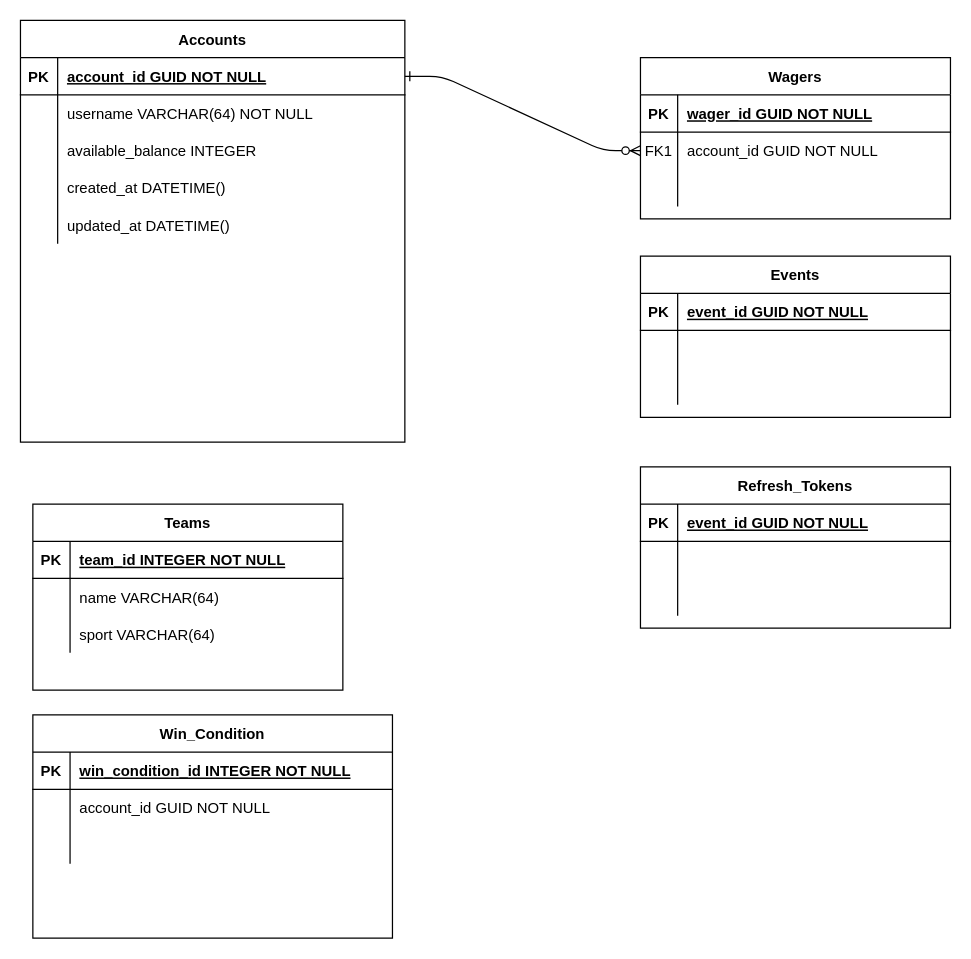
This is SportsBetsUML.drawio from rahrahfez/SportsBetsAPI, a draw.io file, before an edit. Source tidied: cells renumbered, new cells numbered last; positions are measured from the earlier drawing's top-left corner, leaving out a move shared by most shapes. Both pictures are drawn from the tidied source at 124%, with x=0, y=0 at pixel (20, 20).
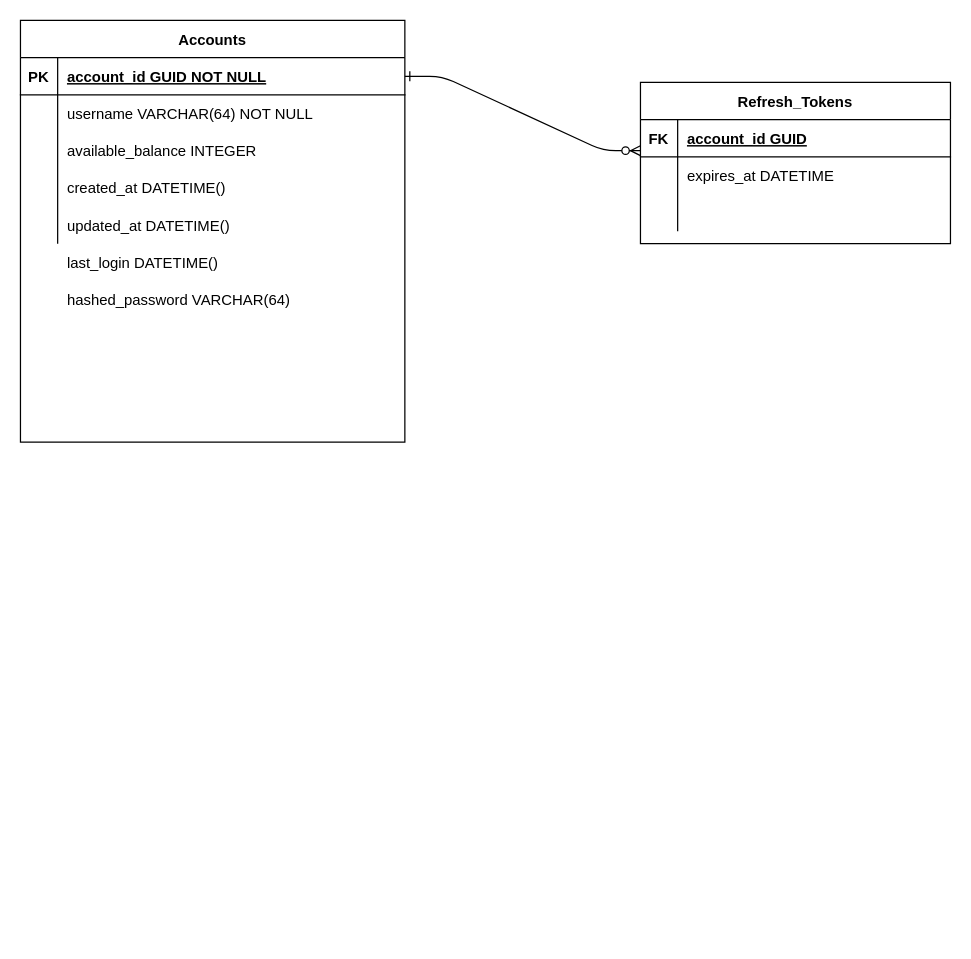
The same page after the edit.

Unchanged cells that the change refers to:
```xml
<mxCell id="24" style="shape=partialRectangle;fillColor=none;points=[[0,0.5],[1,0.5]];portConstraint=eastwest;top=0;left=0;right=0;bottom=1;" parent="23" vertex="1">
  <mxGeometry y="30" width="310" height="30" as="geometry" />
</mxCell>
<mxCell id="61" style="shape=partialRectangle;fillColor=none;top=0;left=0;right=0;bottom=1;" parent="60" vertex="1">
  <mxGeometry y="30" width="250" height="30" as="geometry" />
</mxCell>
<mxCell id="64" style="shape=partialRectangle;fillColor=none;top=0;left=0;right=0;bottom=0;" parent="60" vertex="1">
  <mxGeometry y="60" width="250" height="30" as="geometry" />
</mxCell>
```

The edit, as a diff of the source:
```diff
@@
-    <mxCell id="2" style="edgeStyle=entityRelationEdgeStyle;endArrow=ERzeroToMany;startArrow=ERone;endFill=1;startFill=0;" parent="1" edge="1" source="24" target="7">
-      <mxGeometry relative="1" as="geometry" />
+    <mxCell id="2" style="edgeStyle=entityRelationEdgeStyle;endArrow=ERzeroToMany;startArrow=ERone;endFill=1;startFill=0;" parent="1" edge="1" source="24">
+      <mxGeometry relative="1" as="geometry">
+        <mxPoint x="500" y="105" as="targetPoint" />
+      </mxGeometry>
     </mxCell>
-    <mxCell id="3" value="Wagers" style="shape=table;startSize=30;childLayout=tableLayout;rowLines=0;fontStyle=1;align=center;" parent="1" vertex="1">
-      <mxGeometry x="500" y="30" width="250" height="130" as="geometry" />
-    </mxCell>
-    <mxCell id="4" style="shape=partialRectangle;fillColor=none;top=0;left=0;right=0;bottom=1;" parent="3" vertex="1">
-      <mxGeometry y="30" width="250" height="30" as="geometry" />
-    </mxCell>
-    <mxCell id="5" value="PK" style="shape=partialRectangle;overflow=hidden;fillColor=none;top=0;left=0;bottom=0;right=0;fontStyle=1;" parent="4" vertex="1">
-      <mxGeometry width="30" height="30" as="geometry" />
-    </mxCell>
-    <mxCell id="6" value="wager_id GUID NOT NULL" style="shape=partialRectangle;overflow=hidden;fillColor=none;top=0;left=0;bottom=0;right=0;align=left;spacingLeft=6;fontStyle=5;" parent="4" vertex="1">
-      <mxGeometry x="30" width="220" height="30" as="geometry" />
-    </mxCell>
-    <mxCell id="7" style="shape=partialRectangle;fillColor=none;points=[[0,0.5],[1,0.5]];portConstraint=eastwest;top=0;left=0;right=0;bottom=0;" parent="3" vertex="1">
-      <mxGeometry y="60" width="250" height="30" as="geometry" />
-    </mxCell>
-    <mxCell id="8" value="FK1" style="shape=partialRectangle;overflow=hidden;fillColor=none;top=0;left=0;bottom=0;right=0;" parent="7" vertex="1">
-      <mxGeometry width="30" height="30" as="geometry" />
-    </mxCell>
-    <mxCell id="9" value="account_id GUID NOT NULL" style="shape=partialRectangle;overflow=hidden;fillColor=none;top=0;left=0;bottom=0;right=0;align=left;spacingLeft=6;" parent="7" vertex="1">
-      <mxGeometry x="30" width="220" height="30" as="geometry" />
-    </mxCell>
-    <mxCell id="10" style="shape=partialRectangle;fillColor=none;top=0;left=0;right=0;bottom=0;" parent="3" vertex="1">
-      <mxGeometry y="90" width="250" height="30" as="geometry" />
-    </mxCell>
-    <mxCell id="11" style="shape=partialRectangle;overflow=hidden;fillColor=none;top=0;left=0;bottom=0;right=0;" parent="10" vertex="1">
-      <mxGeometry width="30" height="30" as="geometry" />
-    </mxCell>
-    <mxCell id="12" style="shape=partialRectangle;overflow=hidden;fillColor=none;top=0;left=0;bottom=0;right=0;align=left;spacingLeft=6;" parent="10" vertex="1">
-      <mxGeometry x="30" width="220" height="30" as="geometry" />
-    </mxCell>
-    <mxCell id="13" value="Teams" style="shape=table;startSize=30;childLayout=tableLayout;rowLines=0;fontStyle=1;align=center;" parent="1" vertex="1">
-      <mxGeometry x="10" y="390" width="250" height="150" as="geometry" />
-    </mxCell>
-    <mxCell id="14" style="shape=partialRectangle;fillColor=none;top=0;left=0;right=0;bottom=1;" parent="13" vertex="1">
-      <mxGeometry y="30" width="250" height="30" as="geometry" />
-    </mxCell>
-    <mxCell id="15" value="PK" style="shape=partialRectangle;overflow=hidden;fillColor=none;top=0;left=0;bottom=0;right=0;fontStyle=1;" parent="14" vertex="1">
-      <mxGeometry width="30" height="30" as="geometry" />
-    </mxCell>
-    <mxCell id="16" value="team_id INTEGER NOT NULL" style="shape=partialRectangle;overflow=hidden;fillColor=none;top=0;left=0;bottom=0;right=0;align=left;spacingLeft=6;fontStyle=5;" parent="14" vertex="1">
-      <mxGeometry x="30" width="220" height="30" as="geometry" />
-    </mxCell>
-    <mxCell id="17" style="shape=partialRectangle;fillColor=none;top=0;left=0;right=0;bottom=0;" parent="13" vertex="1">
-      <mxGeometry y="60" width="250" height="30" as="geometry" />
-    </mxCell>
-    <mxCell id="18" style="shape=partialRectangle;overflow=hidden;fillColor=none;top=0;left=0;bottom=0;right=0;" parent="17" vertex="1">
-      <mxGeometry width="30" height="30" as="geometry" />
-    </mxCell>
-    <mxCell id="19" value="name VARCHAR(64)" style="shape=partialRectangle;overflow=hidden;fillColor=none;top=0;left=0;bottom=0;right=0;align=left;spacingLeft=6;" parent="17" vertex="1">
-      <mxGeometry x="30" width="220" height="30" as="geometry" />
-    </mxCell>
-    <mxCell id="20" style="shape=partialRectangle;fillColor=none;top=0;left=0;right=0;bottom=0;" parent="13" vertex="1">
-      <mxGeometry y="90" width="250" height="30" as="geometry" />
-    </mxCell>
-    <mxCell id="21" style="shape=partialRectangle;overflow=hidden;fillColor=none;top=0;left=0;bottom=0;right=0;" parent="20" vertex="1">
-      <mxGeometry width="30" height="30" as="geometry" />
-    </mxCell>
-    <mxCell id="22" value="sport VARCHAR(64)" style="shape=partialRectangle;overflow=hidden;fillColor=none;top=0;left=0;bottom=0;right=0;align=left;spacingLeft=6;" parent="20" vertex="1">
-      <mxGeometry x="30" width="220" height="30" as="geometry" />
-    </mxCell>
@@
-    <mxCell id="40" value="Win_Condition" style="shape=table;startSize=30;childLayout=tableLayout;rowLines=0;fontStyle=1;align=center;" parent="1" vertex="1">
-      <mxGeometry x="10" y="560" width="290" height="180" as="geometry" />
-    </mxCell>
-    <mxCell id="41" style="shape=partialRectangle;fillColor=none;top=0;left=0;right=0;bottom=1;" parent="40" vertex="1">
-      <mxGeometry y="30" width="290" height="30" as="geometry" />
-    </mxCell>
-    <mxCell id="42" value="PK" style="shape=partialRectangle;overflow=hidden;fillColor=none;top=0;left=0;bottom=0;right=0;fontStyle=1;" parent="41" vertex="1">
-      <mxGeometry width="30" height="30" as="geometry" />
-    </mxCell>
-    <mxCell id="43" value="win_condition_id INTEGER NOT NULL" style="shape=partialRectangle;overflow=hidden;fillColor=none;top=0;left=0;bottom=0;right=0;align=left;spacingLeft=6;fontStyle=5;" parent="41" vertex="1">
-      <mxGeometry x="30" width="260" height="30" as="geometry" />
-    </mxCell>
-    <mxCell id="44" style="shape=partialRectangle;fillColor=none;top=0;left=0;right=0;bottom=0;" parent="40" vertex="1">
-      <mxGeometry y="60" width="290" height="30" as="geometry" />
-    </mxCell>
-    <mxCell id="45" style="shape=partialRectangle;overflow=hidden;fillColor=none;top=0;left=0;bottom=0;right=0;" parent="44" vertex="1">
-      <mxGeometry width="30" height="30" as="geometry" />
-    </mxCell>
-    <mxCell id="46" value="account_id GUID NOT NULL" style="shape=partialRectangle;overflow=hidden;fillColor=none;top=0;left=0;bottom=0;right=0;align=left;spacingLeft=6;" parent="44" vertex="1">
-      <mxGeometry x="30" width="260" height="30" as="geometry" />
-    </mxCell>
-    <mxCell id="47" style="shape=partialRectangle;fillColor=none;top=0;left=0;right=0;bottom=0;" parent="40" vertex="1">
-      <mxGeometry y="90" width="290" height="30" as="geometry" />
-    </mxCell>
-    <mxCell id="48" style="shape=partialRectangle;overflow=hidden;fillColor=none;top=0;left=0;bottom=0;right=0;" parent="47" vertex="1">
-      <mxGeometry width="30" height="30" as="geometry" />
-    </mxCell>
-    <mxCell id="49" style="shape=partialRectangle;overflow=hidden;fillColor=none;top=0;left=0;bottom=0;right=0;align=left;spacingLeft=6;" parent="47" vertex="1">
-      <mxGeometry x="30" width="260" height="30" as="geometry" />
-    </mxCell>
-    <mxCell id="50" value="Events" style="shape=table;startSize=30;childLayout=tableLayout;rowLines=0;fontStyle=1;align=center;" parent="1" vertex="1">
-      <mxGeometry x="500" y="190" width="250" height="130" as="geometry" />
-    </mxCell>
-    <mxCell id="51" style="shape=partialRectangle;fillColor=none;top=0;left=0;right=0;bottom=1;" parent="50" vertex="1">
-      <mxGeometry y="30" width="250" height="30" as="geometry" />
-    </mxCell>
-    <mxCell id="52" value="PK" style="shape=partialRectangle;overflow=hidden;fillColor=none;top=0;left=0;bottom=0;right=0;fontStyle=1;" parent="51" vertex="1">
-      <mxGeometry width="30" height="30" as="geometry" />
-    </mxCell>
-    <mxCell id="53" value="event_id GUID NOT NULL" style="shape=partialRectangle;overflow=hidden;fillColor=none;top=0;left=0;bottom=0;right=0;align=left;spacingLeft=6;fontStyle=5;" parent="51" vertex="1">
-      <mxGeometry x="30" width="220" height="30" as="geometry" />
-    </mxCell>
-    <mxCell id="54" style="shape=partialRectangle;fillColor=none;top=0;left=0;right=0;bottom=0;" parent="50" vertex="1">
-      <mxGeometry y="60" width="250" height="30" as="geometry" />
-    </mxCell>
-    <mxCell id="55" style="shape=partialRectangle;overflow=hidden;fillColor=none;top=0;left=0;bottom=0;right=0;" parent="54" vertex="1">
-      <mxGeometry width="30" height="30" as="geometry" />
-    </mxCell>
-    <mxCell id="56" style="shape=partialRectangle;overflow=hidden;fillColor=none;top=0;left=0;bottom=0;right=0;align=left;spacingLeft=6;" parent="54" vertex="1">
-      <mxGeometry x="30" width="220" height="30" as="geometry" />
-    </mxCell>
-    <mxCell id="57" style="shape=partialRectangle;fillColor=none;top=0;left=0;right=0;bottom=0;" parent="50" vertex="1">
-      <mxGeometry y="90" width="250" height="30" as="geometry" />
-    </mxCell>
-    <mxCell id="58" style="shape=partialRectangle;overflow=hidden;fillColor=none;top=0;left=0;bottom=0;right=0;" parent="57" vertex="1">
-      <mxGeometry width="30" height="30" as="geometry" />
-    </mxCell>
-    <mxCell id="59" style="shape=partialRectangle;overflow=hidden;fillColor=none;top=0;left=0;bottom=0;right=0;align=left;spacingLeft=6;" parent="57" vertex="1">
-      <mxGeometry x="30" width="220" height="30" as="geometry" />
-    </mxCell>
     <mxCell id="60" value="Refresh_Tokens" style="shape=table;startSize=30;childLayout=tableLayout;rowLines=0;fontStyle=1;align=center;" parent="1" vertex="1">
-      <mxGeometry x="500" y="360" width="250" height="130" as="geometry" />
+      <mxGeometry x="500" y="50" width="250" height="130" as="geometry" />
     </mxCell>
@@
-    <mxCell id="62" value="PK" style="shape=partialRectangle;overflow=hidden;fillColor=none;top=0;left=0;bottom=0;right=0;fontStyle=1;" parent="61" vertex="1">
+    <mxCell id="62" value="FK" style="shape=partialRectangle;overflow=hidden;fillColor=none;top=0;left=0;bottom=0;right=0;fontStyle=1;" parent="61" vertex="1">
       <mxGeometry width="30" height="30" as="geometry" />
     </mxCell>
-    <mxCell id="63" value="event_id GUID NOT NULL" style="shape=partialRectangle;overflow=hidden;fillColor=none;top=0;left=0;bottom=0;right=0;align=left;spacingLeft=6;fontStyle=5;" parent="61" vertex="1">
+    <mxCell id="63" value="account_id GUID" style="shape=partialRectangle;overflow=hidden;fillColor=none;top=0;left=0;bottom=0;right=0;align=left;spacingLeft=6;fontStyle=5;" parent="61" vertex="1">
       <mxGeometry x="30" width="220" height="30" as="geometry" />
     </mxCell>
@@
-    <mxCell id="66" style="shape=partialRectangle;overflow=hidden;fillColor=none;top=0;left=0;bottom=0;right=0;align=left;spacingLeft=6;" parent="64" vertex="1">
+    <mxCell id="66" value="expires_at DATETIME" style="shape=partialRectangle;overflow=hidden;fillColor=none;top=0;left=0;bottom=0;right=0;align=left;spacingLeft=6;" parent="64" vertex="1">
       <mxGeometry x="30" width="220" height="30" as="geometry" />
     </mxCell>
@@
+    <mxCell id="70" value="last_login DATETIME()" style="shape=partialRectangle;overflow=hidden;fillColor=none;top=0;left=0;bottom=0;right=0;align=left;spacingLeft=6;" parent="1" vertex="1">
+      <mxGeometry x="30" y="180" width="280" height="30" as="geometry" />
+    </mxCell>
+    <mxCell id="71" value="hashed_password VARCHAR(64)" style="shape=partialRectangle;overflow=hidden;fillColor=none;top=0;left=0;bottom=0;right=0;align=left;spacingLeft=6;" parent="1" vertex="1">
+      <mxGeometry x="30" y="210" width="280" height="30" as="geometry" />
+    </mxCell>
```
